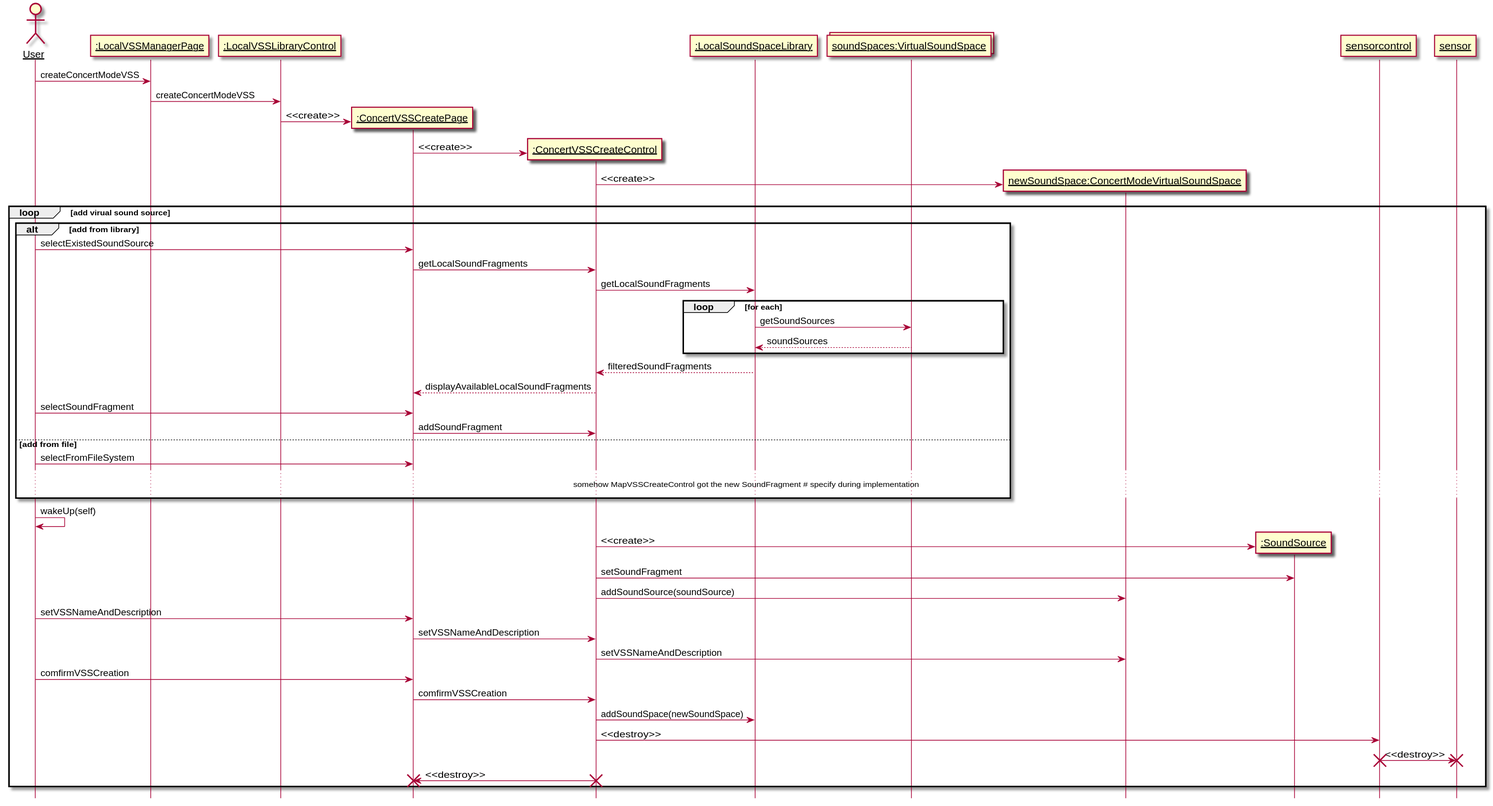
This is 需求定义和分析/SeqDiagram/createconcertmodevss.svg from kpp19920121/doc, a PlantUML export, as it was before one commit.
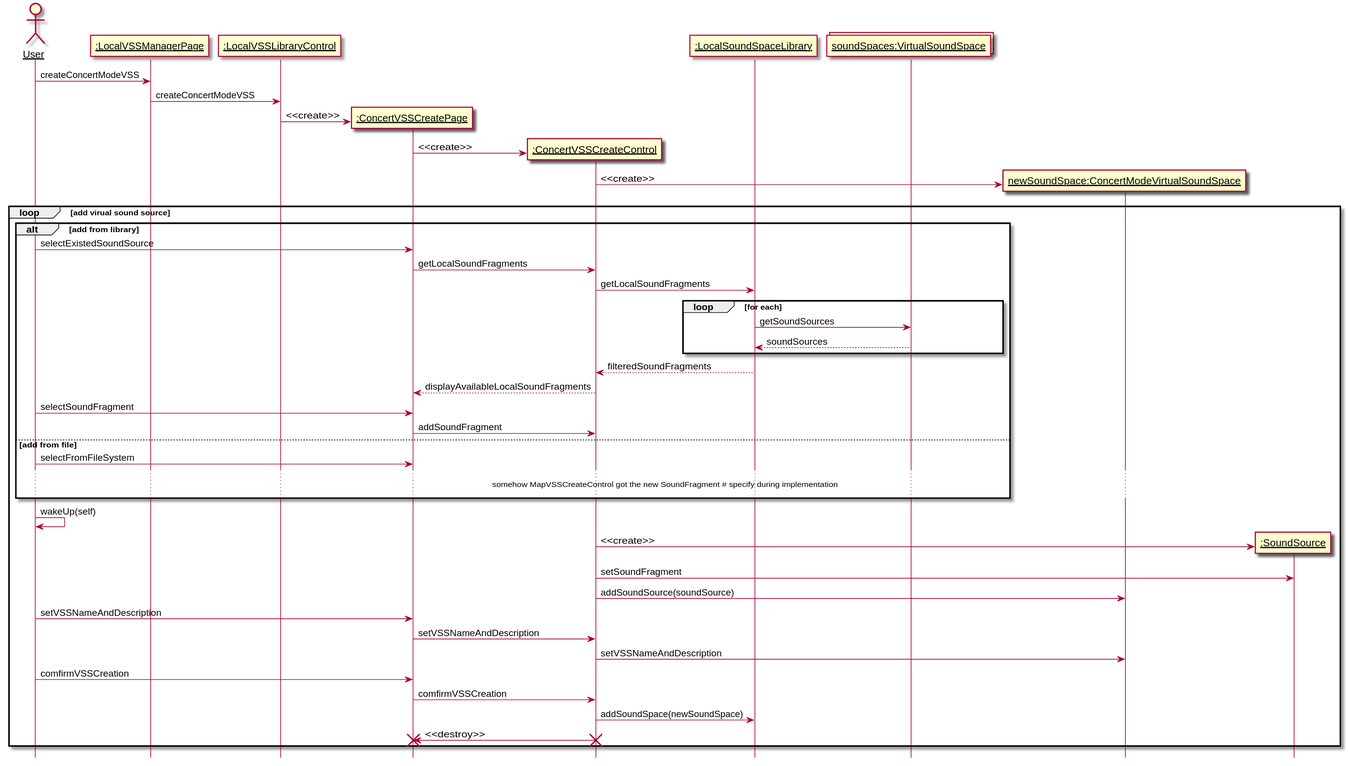
Above is the later version.

What changed in the source:
```diff
@@ -54,10 +54,7 @@
     user -> createboundary: comfirmVSSCreation
     createboundary -> createcontrol: comfirmVSSCreation
     createcontrol -> library: addSoundSpace(newSoundSpace)
-    createcontrol -> sensorcontrol: <<destroy>>
-    sensorcontrol -> sensor: <<destroy>>
-    destroy sensorcontrol
-    destroy sensor
+
     createcontrol -> createboundary: <<destroy>>
     destroy createboundary
     destroy createcontrol
```
